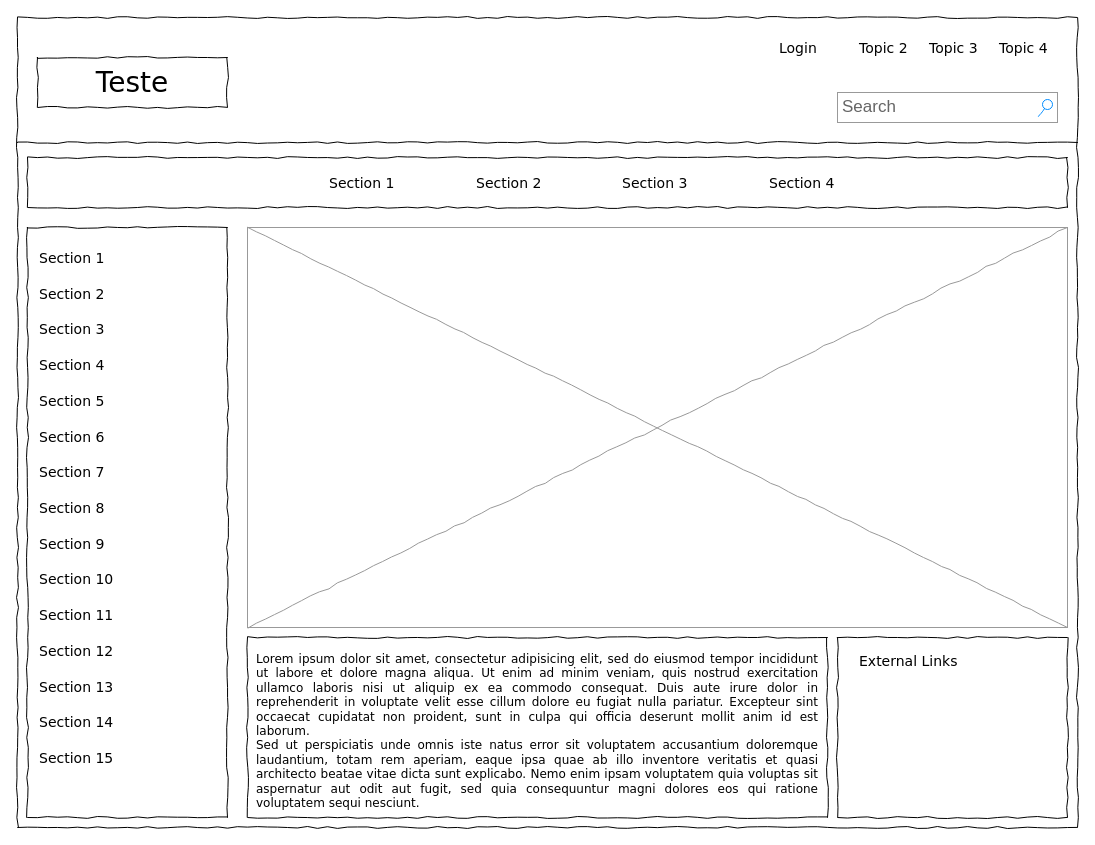
This is page "Home" (1 of 2) of Untitled Diagram.drawio from pdaambrosio/dh_group_5, a draw.io file, before an edit. Source tidied: cells renumbered, new cells numbered last; positions are measured from the earlier drawing's top-left corner, leaving out a move shared by most shapes. Both pictures are drawn from the tidied source at 100%, with x=0, y=0 at pixel (17, 17).
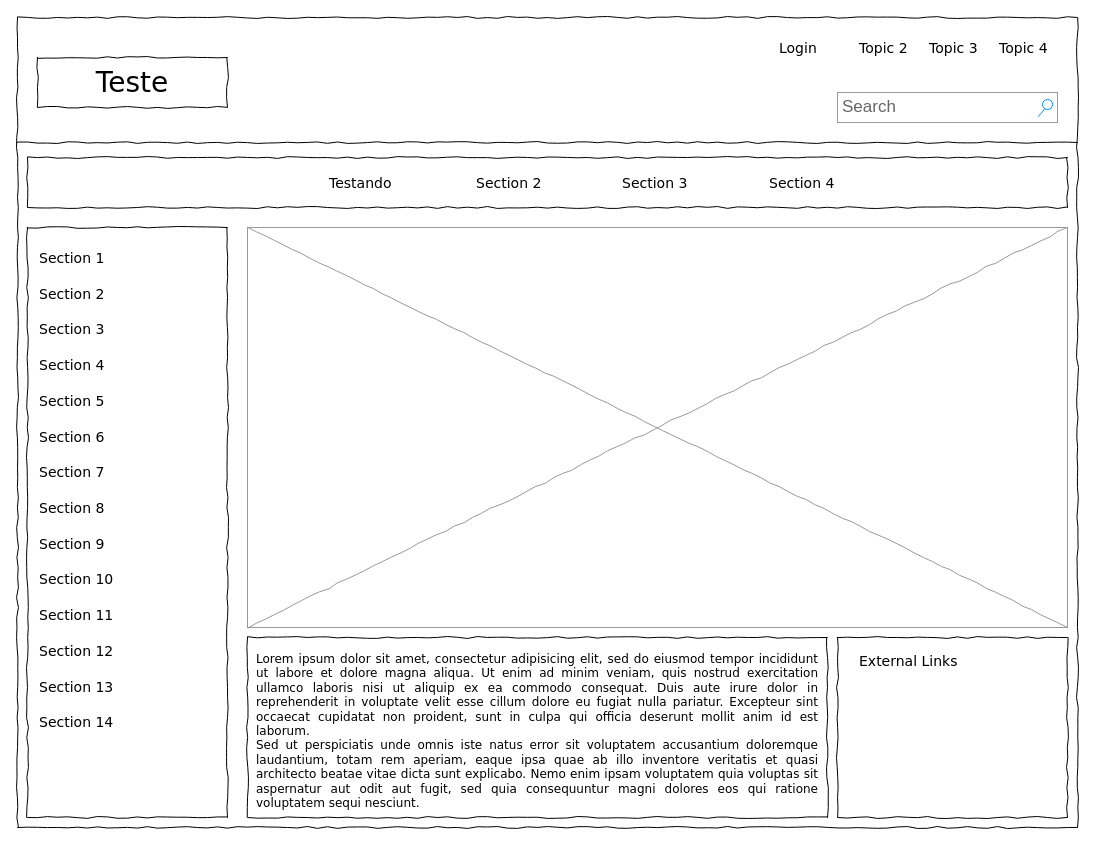
The same page after the edit.

What changed in the source:
```diff
@@
-    <mxCell id="12" value="Section 1" style="text;html=1;align=left;verticalAlign=top;spacingTop=-4;fontSize=14;fontFamily=Verdana;" parent="1" vertex="1">
+    <mxCell id="12" value="Testando&lt;br&gt;" style="text;html=1;align=left;verticalAlign=top;spacingTop=-4;fontSize=14;fontFamily=Verdana;" parent="1" vertex="1">
       <mxGeometry x="310" y="155" width="60" height="20" as="geometry" />
     </mxCell>
@@
-    <mxCell id="33" value="Section 15" style="text;html=1;align=left;verticalAlign=top;spacingTop=-4;fontSize=14;fontFamily=Verdana;" parent="1" vertex="1">
-      <mxGeometry x="20" y="730" width="170" height="20" as="geometry" />
-    </mxCell>
```
